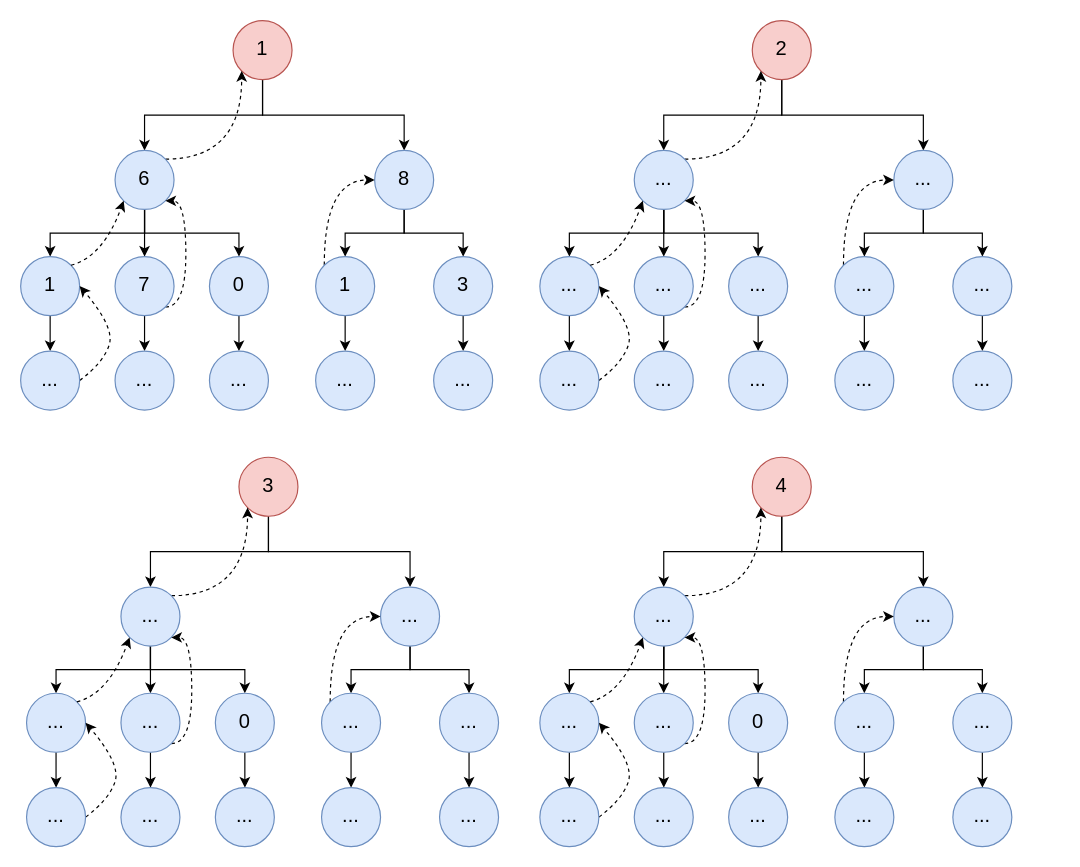
The draw.io diagram page "Backtrackking" (1 of 2) of leetcode/knight-dialer/KnightDialer.drawio in ledongthuc/notes, before the edit. Source tidied: cells renumbered, new cells numbered last; positions are measured from the earlier drawing's top-left corner, leaving out a move shared by most shapes. Both pictures are drawn from the tidied source at 118%, with x=0, y=0 at pixel (20, 20).
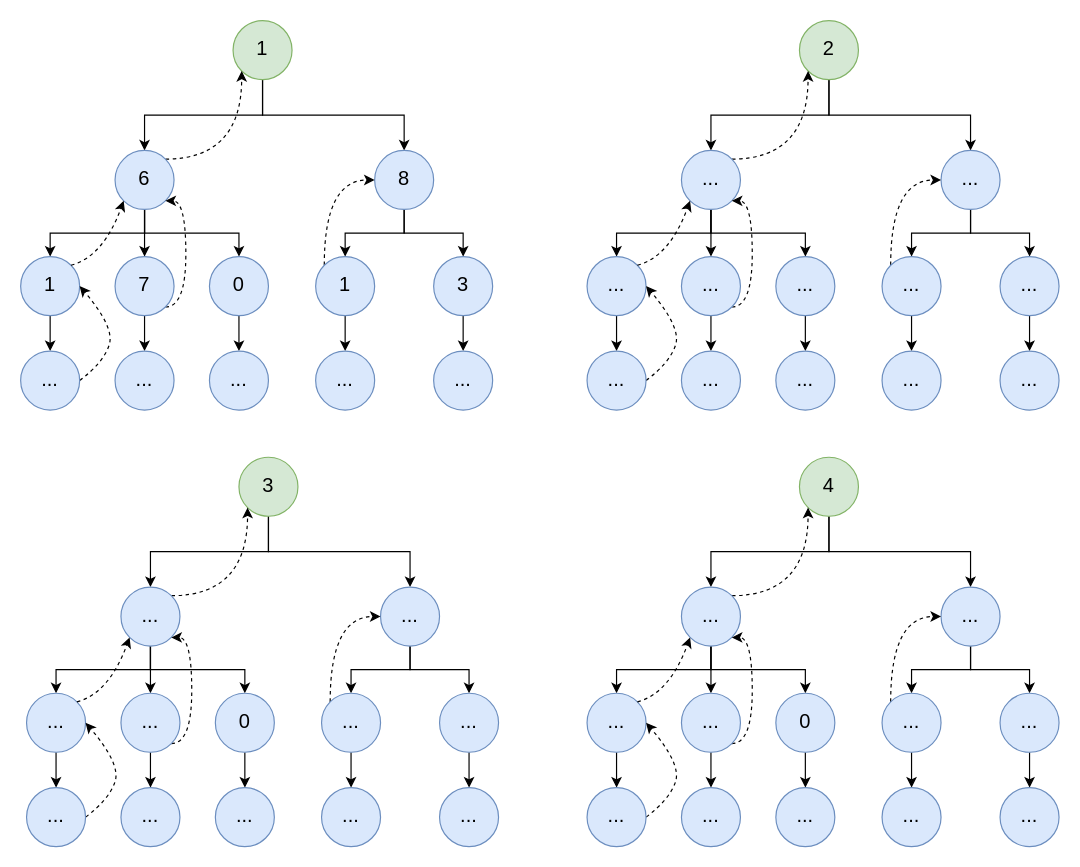
The same page after the edit.

Commit message (it also covers changes not shown here):
leetcode knight dialer with backtracking updated

What changed in the source:
```diff
@@
-    <mxCell id="4" value="1" style="ellipse;whiteSpace=wrap;html=1;rounded=0;strokeColor=#b85450;fillColor=#f8cecc;align=center;fontSize=17;" parent="1" vertex="1">
+    <mxCell id="4" value="1" style="ellipse;whiteSpace=wrap;html=1;rounded=0;strokeColor=#82b366;fillColor=#d5e8d4;align=center;fontSize=17;" parent="1" vertex="1">
       <mxGeometry x="180" width="50" height="50" as="geometry" />
     </mxCell>
@@
-    <mxCell id="34" value="2" style="ellipse;whiteSpace=wrap;html=1;rounded=0;strokeColor=#b85450;fillColor=#f8cecc;align=center;fontSize=17;" parent="1" vertex="1">
-      <mxGeometry x="620" width="50" height="50" as="geometry" />
+    <mxCell id="34" value="2" style="ellipse;whiteSpace=wrap;html=1;rounded=0;strokeColor=#82b366;fillColor=#d5e8d4;align=center;fontSize=17;" parent="1" vertex="1">
+      <mxGeometry x="660" width="50" height="50" as="geometry" />
     </mxCell>
@@
     <mxCell id="39" value="..." style="ellipse;whiteSpace=wrap;html=1;rounded=0;strokeColor=#6c8ebf;fillColor=#dae8fc;align=center;fontSize=17;" parent="1" vertex="1">
-      <mxGeometry x="520" y="110" width="50" height="50" as="geometry" />
+      <mxGeometry x="560" y="110" width="50" height="50" as="geometry" />
     </mxCell>
@@
     <mxCell id="42" value="..." style="ellipse;whiteSpace=wrap;html=1;rounded=0;strokeColor=#6c8ebf;fillColor=#dae8fc;align=center;fontSize=17;" parent="1" vertex="1">
-      <mxGeometry x="740" y="110" width="50" height="50" as="geometry" />
+      <mxGeometry x="780" y="110" width="50" height="50" as="geometry" />
     </mxCell>
     <mxCell id="43" style="edgeStyle=orthogonalEdgeStyle;rounded=0;jettySize=auto;html=1;exitX=0.5;exitY=1;exitDx=0;exitDy=0;fontSize=17;" parent="1" edge="1" source="44">
       <mxGeometry relative="1" as="geometry">
-        <mxPoint x="465" y="280" as="targetPoint" />
+        <mxPoint x="505" y="280" as="targetPoint" />
       </mxGeometry>
     </mxCell>
     <mxCell id="44" value="..." style="ellipse;whiteSpace=wrap;html=1;rounded=0;strokeColor=#6c8ebf;fillColor=#dae8fc;align=center;fontSize=17;" parent="1" vertex="1">
-      <mxGeometry x="440" y="200" width="50" height="50" as="geometry" />
+      <mxGeometry x="480" y="200" width="50" height="50" as="geometry" />
     </mxCell>
     <mxCell id="45" style="edgeStyle=orthogonalEdgeStyle;curved=1;rounded=0;jettySize=auto;html=1;exitX=1;exitY=1;exitDx=0;exitDy=0;entryX=1;entryY=1;entryDx=0;entryDy=0;dashed=1;fontSize=17;" parent="1" edge="1" source="47" target="39">
       <mxGeometry relative="1" as="geometry">
         <Array as="points">
-          <mxPoint x="580" y="243" />
-          <mxPoint x="580" y="153" />
+          <mxPoint x="620" y="243" />
+          <mxPoint x="620" y="153" />
         </Array>
       </mxGeometry>
     </mxCell>
@@
     <mxCell id="47" value="..." style="ellipse;whiteSpace=wrap;html=1;rounded=0;strokeColor=#6c8ebf;fillColor=#dae8fc;align=center;fontSize=17;" parent="1" vertex="1">
-      <mxGeometry x="520" y="200" width="50" height="50" as="geometry" />
+      <mxGeometry x="560" y="200" width="50" height="50" as="geometry" />
     </mxCell>
     <mxCell id="48" style="edgeStyle=orthogonalEdgeStyle;rounded=0;jettySize=auto;html=1;exitX=0.5;exitY=1;exitDx=0;exitDy=0;fontSize=17;" parent="1" edge="1" source="49">
       <mxGeometry relative="1" as="geometry">
-        <mxPoint x="625" y="280" as="targetPoint" />
+        <mxPoint x="665" y="280" as="targetPoint" />
       </mxGeometry>
     </mxCell>
     <mxCell id="49" value="..." style="ellipse;whiteSpace=wrap;html=1;rounded=0;strokeColor=#6c8ebf;fillColor=#dae8fc;align=center;fontSize=17;" parent="1" vertex="1">
-      <mxGeometry x="600" y="200" width="50" height="50" as="geometry" />
+      <mxGeometry x="640" y="200" width="50" height="50" as="geometry" />
     </mxCell>
     <mxCell id="50" style="edgeStyle=orthogonalEdgeStyle;rounded=0;jettySize=auto;html=1;exitX=0.5;exitY=1;exitDx=0;exitDy=0;fontSize=17;" parent="1" edge="1" source="52">
       <mxGeometry relative="1" as="geometry">
-        <mxPoint x="715" y="280" as="targetPoint" />
+        <mxPoint x="755" y="280" as="targetPoint" />
       </mxGeometry>
     </mxCell>
@@
     <mxCell id="52" value="..." style="ellipse;whiteSpace=wrap;html=1;rounded=0;strokeColor=#6c8ebf;fillColor=#dae8fc;align=center;fontSize=17;" parent="1" vertex="1">
-      <mxGeometry x="690" y="200" width="50" height="50" as="geometry" />
+      <mxGeometry x="730" y="200" width="50" height="50" as="geometry" />
     </mxCell>
@@
     <mxCell id="54" value="..." style="ellipse;whiteSpace=wrap;html=1;rounded=0;strokeColor=#6c8ebf;fillColor=#dae8fc;align=center;fontSize=17;" parent="1" vertex="1">
-      <mxGeometry x="790" y="200" width="50" height="50" as="geometry" />
+      <mxGeometry x="830" y="200" width="50" height="50" as="geometry" />
     </mxCell>
     <mxCell id="55" style="curved=1;endArrow=classic;html=1;fontSize=17;entryX=1;entryY=0.5;entryDx=0;entryDy=0;exitX=1;exitY=0.5;exitDx=0;exitDy=0;dashed=1;" parent="1" edge="1" source="56" target="44">
       <mxGeometry relative="1" as="geometry">
         <Array as="points">
-          <mxPoint x="510" y="290" />
-          <mxPoint x="520" y="260" />
+          <mxPoint x="550" y="290" />
+          <mxPoint x="560" y="260" />
         </Array>
       </mxGeometry>
     </mxCell>
     <mxCell id="56" value="..." style="ellipse;whiteSpace=wrap;html=1;rounded=0;strokeColor=#6c8ebf;fillColor=#dae8fc;align=center;fontSize=17;" parent="1" vertex="1">
-      <mxGeometry x="440" y="280" width="50" height="50" as="geometry" />
+      <mxGeometry x="480" y="280" width="50" height="50" as="geometry" />
     </mxCell>
     <mxCell id="57" style="curved=1;endArrow=classic;html=1;fontSize=17;entryX=0;entryY=1;entryDx=0;entryDy=0;exitX=1;exitY=0;exitDx=0;exitDy=0;dashed=1;" parent="1" edge="1" source="44" target="39">
       <mxGeometry relative="1" as="geometry">
         <Array as="points">
-          <mxPoint x="510" y="200" />
+          <mxPoint x="550" y="200" />
         </Array>
       </mxGeometry>
     </mxCell>
     <mxCell id="58" value="..." style="ellipse;whiteSpace=wrap;html=1;rounded=0;strokeColor=#6c8ebf;fillColor=#dae8fc;align=center;fontSize=17;" parent="1" vertex="1">
-      <mxGeometry x="600" y="280" width="50" height="50" as="geometry" />
+      <mxGeometry x="640" y="280" width="50" height="50" as="geometry" />
     </mxCell>
     <mxCell id="59" value="..." style="ellipse;whiteSpace=wrap;html=1;rounded=0;strokeColor=#6c8ebf;fillColor=#dae8fc;align=center;fontSize=17;" parent="1" vertex="1">
-      <mxGeometry x="520" y="280" width="50" height="50" as="geometry" />
+      <mxGeometry x="560" y="280" width="50" height="50" as="geometry" />
     </mxCell>
     <mxCell id="60" value="..." style="ellipse;whiteSpace=wrap;html=1;rounded=0;strokeColor=#6c8ebf;fillColor=#dae8fc;align=center;fontSize=17;" parent="1" vertex="1">
-      <mxGeometry x="690" y="280" width="50" height="50" as="geometry" />
+      <mxGeometry x="730" y="280" width="50" height="50" as="geometry" />
     </mxCell>
     <mxCell id="61" value="..." style="ellipse;whiteSpace=wrap;html=1;rounded=0;strokeColor=#6c8ebf;fillColor=#dae8fc;align=center;fontSize=17;" parent="1" vertex="1">
-      <mxGeometry x="790" y="280" width="50" height="50" as="geometry" />
+      <mxGeometry x="830" y="280" width="50" height="50" as="geometry" />
     </mxCell>
@@
-    <mxCell id="64" value="3" style="ellipse;whiteSpace=wrap;html=1;rounded=0;strokeColor=#b85450;fillColor=#f8cecc;align=center;fontSize=17;" parent="1" vertex="1">
+    <mxCell id="64" value="3" style="ellipse;whiteSpace=wrap;html=1;rounded=0;strokeColor=#82b366;fillColor=#d5e8d4;align=center;fontSize=17;" parent="1" vertex="1">
       <mxGeometry x="185" y="370" width="50" height="50" as="geometry" />
     </mxCell>
@@
-    <mxCell id="94" value="4" style="ellipse;whiteSpace=wrap;html=1;rounded=0;strokeColor=#b85450;fillColor=#f8cecc;align=center;fontSize=17;" parent="1" vertex="1">
-      <mxGeometry x="620" y="370" width="50" height="50" as="geometry" />
+    <mxCell id="94" value="4" style="ellipse;whiteSpace=wrap;html=1;rounded=0;strokeColor=#82b366;fillColor=#d5e8d4;align=center;fontSize=17;" parent="1" vertex="1">
+      <mxGeometry x="660" y="370" width="50" height="50" as="geometry" />
     </mxCell>
@@
     <mxCell id="99" value="..." style="ellipse;whiteSpace=wrap;html=1;rounded=0;strokeColor=#6c8ebf;fillColor=#dae8fc;align=center;fontSize=17;" parent="1" vertex="1">
-      <mxGeometry x="520" y="480" width="50" height="50" as="geometry" />
+      <mxGeometry x="560" y="480" width="50" height="50" as="geometry" />
     </mxCell>
@@
     <mxCell id="102" value="..." style="ellipse;whiteSpace=wrap;html=1;rounded=0;strokeColor=#6c8ebf;fillColor=#dae8fc;align=center;fontSize=17;" parent="1" vertex="1">
-      <mxGeometry x="740" y="480" width="50" height="50" as="geometry" />
+      <mxGeometry x="780" y="480" width="50" height="50" as="geometry" />
     </mxCell>
     <mxCell id="103" style="edgeStyle=orthogonalEdgeStyle;rounded=0;jettySize=auto;html=1;exitX=0.5;exitY=1;exitDx=0;exitDy=0;fontSize=17;" parent="1" edge="1" source="104">
       <mxGeometry relative="1" as="geometry">
-        <mxPoint x="465" y="650" as="targetPoint" />
+        <mxPoint x="505" y="650" as="targetPoint" />
       </mxGeometry>
     </mxCell>
     <mxCell id="104" value="..." style="ellipse;whiteSpace=wrap;html=1;rounded=0;strokeColor=#6c8ebf;fillColor=#dae8fc;align=center;fontSize=17;" parent="1" vertex="1">
-      <mxGeometry x="440" y="570" width="50" height="50" as="geometry" />
+      <mxGeometry x="480" y="570" width="50" height="50" as="geometry" />
     </mxCell>
     <mxCell id="105" style="edgeStyle=orthogonalEdgeStyle;curved=1;rounded=0;jettySize=auto;html=1;exitX=1;exitY=1;exitDx=0;exitDy=0;entryX=1;entryY=1;entryDx=0;entryDy=0;dashed=1;fontSize=17;" parent="1" edge="1" source="107" target="99">
       <mxGeometry relative="1" as="geometry">
         <Array as="points">
-          <mxPoint x="580" y="613" />
-          <mxPoint x="580" y="523" />
+          <mxPoint x="620" y="613" />
+          <mxPoint x="620" y="523" />
         </Array>
       </mxGeometry>
     </mxCell>
@@
     <mxCell id="107" value="..." style="ellipse;whiteSpace=wrap;html=1;rounded=0;strokeColor=#6c8ebf;fillColor=#dae8fc;align=center;fontSize=17;" parent="1" vertex="1">
-      <mxGeometry x="520" y="570" width="50" height="50" as="geometry" />
+      <mxGeometry x="560" y="570" width="50" height="50" as="geometry" />
     </mxCell>
     <mxCell id="108" style="edgeStyle=orthogonalEdgeStyle;rounded=0;jettySize=auto;html=1;exitX=0.5;exitY=1;exitDx=0;exitDy=0;fontSize=17;" parent="1" edge="1" source="109">
       <mxGeometry relative="1" as="geometry">
-        <mxPoint x="625" y="650" as="targetPoint" />
+        <mxPoint x="665" y="650" as="targetPoint" />
       </mxGeometry>
     </mxCell>
     <mxCell id="109" value="0" style="ellipse;whiteSpace=wrap;html=1;rounded=0;strokeColor=#6c8ebf;fillColor=#dae8fc;align=center;fontSize=17;" parent="1" vertex="1">
-      <mxGeometry x="600" y="570" width="50" height="50" as="geometry" />
+      <mxGeometry x="640" y="570" width="50" height="50" as="geometry" />
     </mxCell>
     <mxCell id="110" style="edgeStyle=orthogonalEdgeStyle;rounded=0;jettySize=auto;html=1;exitX=0.5;exitY=1;exitDx=0;exitDy=0;fontSize=17;" parent="1" edge="1" source="112">
       <mxGeometry relative="1" as="geometry">
-        <mxPoint x="715" y="650" as="targetPoint" />
+        <mxPoint x="755" y="650" as="targetPoint" />
       </mxGeometry>
     </mxCell>
@@
     <mxCell id="112" value="..." style="ellipse;whiteSpace=wrap;html=1;rounded=0;strokeColor=#6c8ebf;fillColor=#dae8fc;align=center;fontSize=17;" parent="1" vertex="1">
-      <mxGeometry x="690" y="570" width="50" height="50" as="geometry" />
+      <mxGeometry x="730" y="570" width="50" height="50" as="geometry" />
     </mxCell>
@@
     <mxCell id="114" value="..." style="ellipse;whiteSpace=wrap;html=1;rounded=0;strokeColor=#6c8ebf;fillColor=#dae8fc;align=center;fontSize=17;" parent="1" vertex="1">
-      <mxGeometry x="790" y="570" width="50" height="50" as="geometry" />
+      <mxGeometry x="830" y="570" width="50" height="50" as="geometry" />
     </mxCell>
     <mxCell id="115" style="curved=1;endArrow=classic;html=1;fontSize=17;entryX=1;entryY=0.5;entryDx=0;entryDy=0;exitX=1;exitY=0.5;exitDx=0;exitDy=0;dashed=1;" parent="1" edge="1" source="116" target="104">
       <mxGeometry relative="1" as="geometry">
         <Array as="points">
-          <mxPoint x="510" y="660" />
-          <mxPoint x="520" y="630" />
+          <mxPoint x="550" y="660" />
+          <mxPoint x="560" y="630" />
         </Array>
       </mxGeometry>
     </mxCell>
     <mxCell id="116" value="..." style="ellipse;whiteSpace=wrap;html=1;rounded=0;strokeColor=#6c8ebf;fillColor=#dae8fc;align=center;fontSize=17;" parent="1" vertex="1">
-      <mxGeometry x="440" y="650" width="50" height="50" as="geometry" />
+      <mxGeometry x="480" y="650" width="50" height="50" as="geometry" />
     </mxCell>
     <mxCell id="117" style="curved=1;endArrow=classic;html=1;fontSize=17;entryX=0;entryY=1;entryDx=0;entryDy=0;exitX=1;exitY=0;exitDx=0;exitDy=0;dashed=1;" parent="1" edge="1" source="104" target="99">
       <mxGeometry relative="1" as="geometry">
         <Array as="points">
-          <mxPoint x="510" y="570" />
+          <mxPoint x="550" y="570" />
         </Array>
       </mxGeometry>
     </mxCell>
     <mxCell id="118" value="..." style="ellipse;whiteSpace=wrap;html=1;rounded=0;strokeColor=#6c8ebf;fillColor=#dae8fc;align=center;fontSize=17;" parent="1" vertex="1">
-      <mxGeometry x="600" y="650" width="50" height="50" as="geometry" />
+      <mxGeometry x="640" y="650" width="50" height="50" as="geometry" />
     </mxCell>
     <mxCell id="119" value="..." style="ellipse;whiteSpace=wrap;html=1;rounded=0;strokeColor=#6c8ebf;fillColor=#dae8fc;align=center;fontSize=17;" parent="1" vertex="1">
-      <mxGeometry x="520" y="650" width="50" height="50" as="geometry" />
+      <mxGeometry x="560" y="650" width="50" height="50" as="geometry" />
     </mxCell>
     <mxCell id="120" value="..." style="ellipse;whiteSpace=wrap;html=1;rounded=0;strokeColor=#6c8ebf;fillColor=#dae8fc;align=center;fontSize=17;" parent="1" vertex="1">
-      <mxGeometry x="690" y="650" width="50" height="50" as="geometry" />
+      <mxGeometry x="730" y="650" width="50" height="50" as="geometry" />
     </mxCell>
     <mxCell id="121" value="..." style="ellipse;whiteSpace=wrap;html=1;rounded=0;strokeColor=#6c8ebf;fillColor=#dae8fc;align=center;fontSize=17;" parent="1" vertex="1">
-      <mxGeometry x="790" y="650" width="50" height="50" as="geometry" />
+      <mxGeometry x="830" y="650" width="50" height="50" as="geometry" />
     </mxCell>
```
